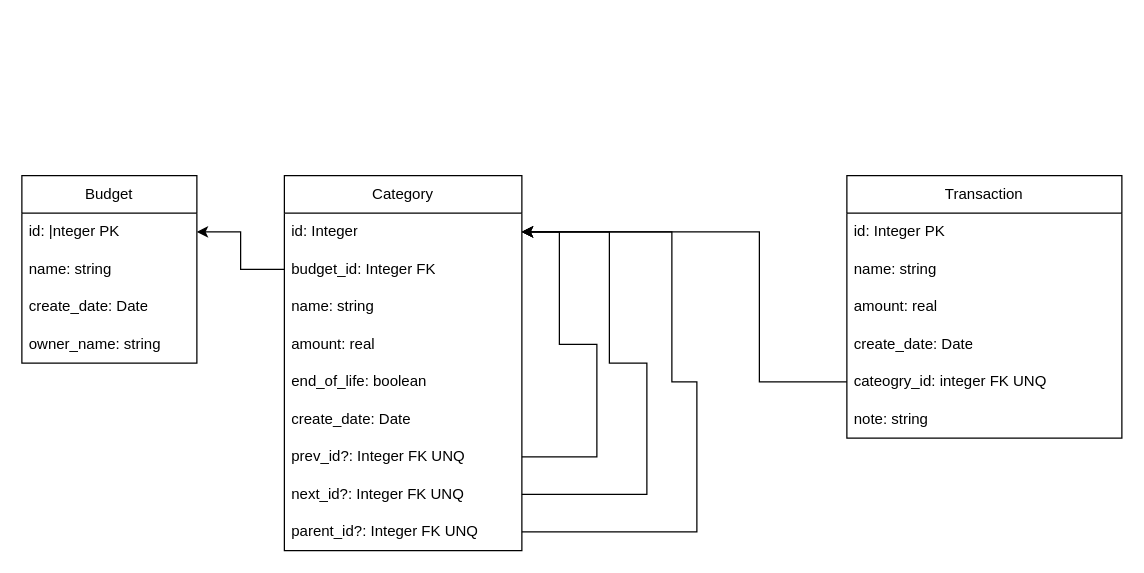
Above: page "Data model 1.4" (2 of 6) of documentation/Versioning budget.drawio in abnDK/personal-budget-2 (draw.io), before the change. Source tidied: cells renumbered, new cells numbered last; positions are measured from the earlier drawing's top-left corner, leaving out a move shared by most shapes. Both pictures are drawn from the tidied source at 125%, with x=0, y=0 at pixel (21, 175).
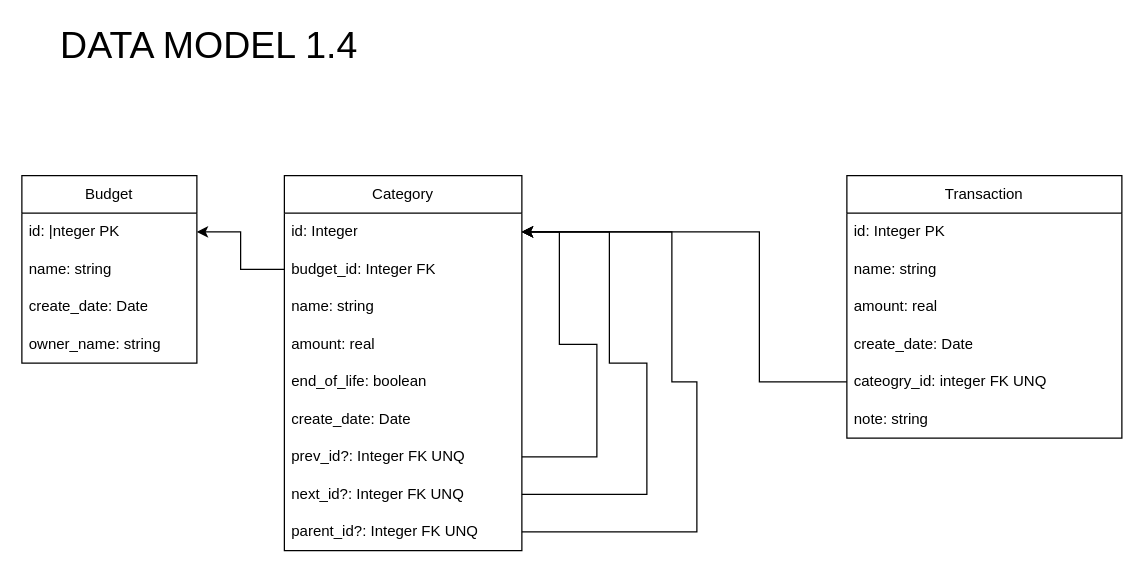
After the change.

Change to the diagram source:
```diff
@@
+    <mxCell id="29" value="DATA MODEL 1.4" style="text;html=1;strokeColor=none;fillColor=none;align=center;verticalAlign=middle;whiteSpace=wrap;rounded=0;fontSize=30;" parent="1" vertex="1">
+      <mxGeometry y="-120" width="300" height="30" as="geometry" />
+    </mxCell>
```
